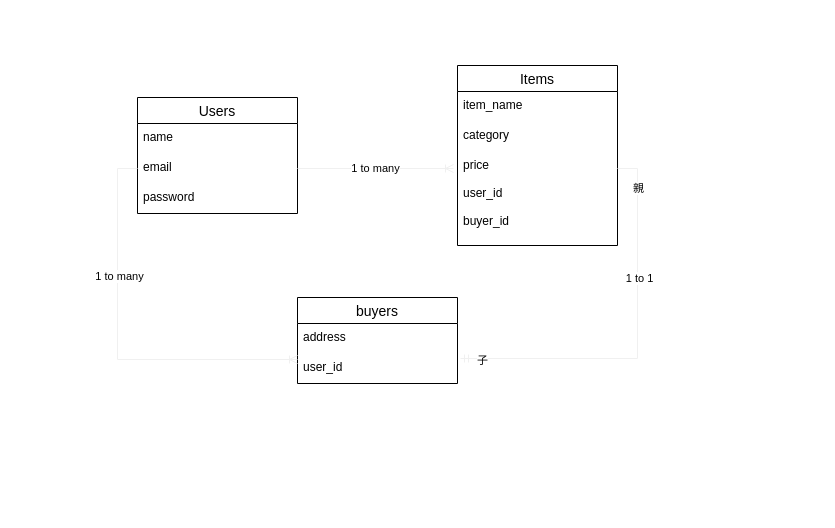
HAYASHI0884/furima-31115 keeps this draw.io diagram as furima.dio. Above is the earlier version. Source tidied: cells renumbered, new cells numbered last; positions are measured from the earlier drawing's top-left corner, leaving out a move shared by most shapes. Both pictures are drawn from the tidied source at 100%, with x=0, y=0 at pixel (137, 65).
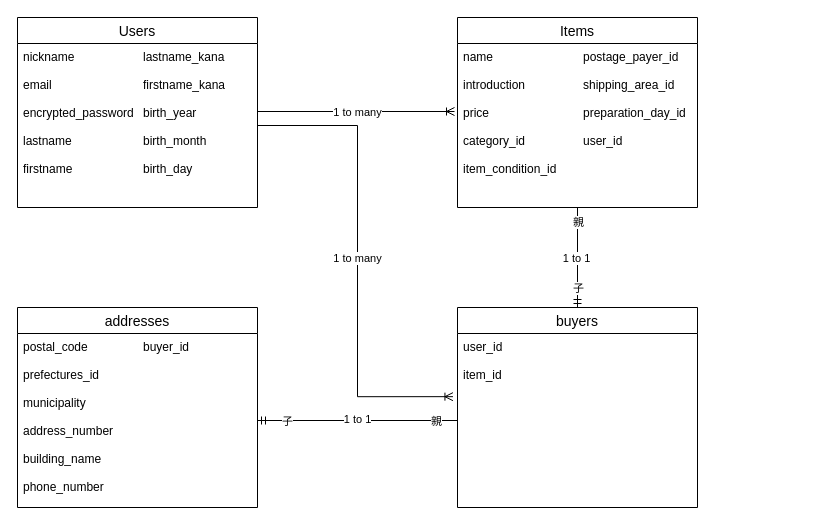
The same diagram, later.

Commit message (it also covers changes not shown here):
ER図の修正、READMEの修正

Diff of the diagram source:
```diff
@@
-    <mxCell id="2" value="buyers" style="swimlane;fontStyle=0;horizontal=1;startSize=26;align=center;fontSize=14;" parent="1" vertex="1">
-      <mxGeometry x="160" y="232" width="160" height="86" as="geometry" />
-    </mxCell>
-    <mxCell id="3" value="address" style="text;strokeColor=none;fillColor=none;spacingLeft=4;spacingRight=4;overflow=hidden;fontSize=12;" parent="2" vertex="1">
-      <mxGeometry y="26" width="160" height="30" as="geometry" />
-    </mxCell>
-    <mxCell id="4" value="user_id" style="text;strokeColor=none;fillColor=none;spacingLeft=4;spacingRight=4;overflow=hidden;points=[[0,0.5],[1,0.5]];portConstraint=eastwest;fontSize=12;" parent="2" vertex="1">
-      <mxGeometry y="56" width="160" height="30" as="geometry" />
-    </mxCell>
+    <mxCell id="9" style="edgeStyle=orthogonalEdgeStyle;rounded=0;jettySize=auto;html=1;exitX=1;exitY=0.5;exitDx=0;exitDy=0;entryX=0;entryY=0.5;entryDx=0;entryDy=0;strokeColor=none;" parent="1" edge="1" source="7">
+      <mxGeometry relative="1" as="geometry">
+        <mxPoint x="320" y="23" as="targetPoint" />
+      </mxGeometry>
+    </mxCell>
+    <mxCell id="21" style="edgeStyle=orthogonalEdgeStyle;rounded=0;jettySize=auto;html=1;exitX=1;exitY=0.421;exitDx=0;exitDy=0;exitPerimeter=0;endArrow=ERoneToMany;endFill=0;" parent="1" edge="1" source="7">
+      <mxGeometry relative="1" as="geometry">
+        <mxPoint x="317" y="46" as="targetPoint" />
+        <Array as="points">
+          <mxPoint x="120" y="46" />
+        </Array>
+      </mxGeometry>
+    </mxCell>
+    <mxCell id="11" value="1 to many" style="edgeLabel;html=1;align=center;verticalAlign=middle;" parent="21" vertex="1">
+      <mxGeometry x="0.02" relative="1" as="geometry" />
+    </mxCell>
-    <mxCell id="5" value="Users" style="swimlane;fontStyle=0;horizontal=1;startSize=26;align=center;fontSize=14;" parent="1" vertex="1">
-      <mxGeometry y="32" width="160" height="116" as="geometry" />
+    <mxCell id="5" value="Users" style="swimlane;fontStyle=0;horizontal=1;startSize=26;align=center;fontSize=14;direction=east;" parent="1" vertex="1">
+      <mxGeometry x="-120" y="-48" width="240" height="190" as="geometry" />
     </mxCell>
-    <mxCell id="6" value="name" style="text;strokeColor=none;fillColor=none;spacingLeft=4;spacingRight=4;overflow=hidden;fontSize=12;" parent="5" vertex="1">
-      <mxGeometry y="26" width="160" height="30" as="geometry" />
+    <mxCell id="6" value="nickname&#10;&#10;email&#10;&#10;encrypted_password&#10;&#10;lastname&#10;&#10;firstname&#10;&#10;&#10;&#10;&#10;" style="text;strokeColor=none;fillColor=none;spacingLeft=4;spacingRight=4;overflow=hidden;fontSize=12;" parent="5" vertex="1">
+      <mxGeometry y="26" width="240" height="164" as="geometry" />
     </mxCell>
+    <mxCell id="16" value="1 to many" style="edgeStyle=orthogonalEdgeStyle;rounded=0;jettySize=auto;html=1;exitX=1;exitY=0.5;exitDx=0;exitDy=0;entryX=-0.019;entryY=0.363;entryDx=0;entryDy=0;endArrow=ERoneToMany;endFill=0;entryPerimeter=0;" parent="1" edge="1" source="7" target="29">
+      <mxGeometry relative="1" as="geometry" />
+    </mxCell>
-    <mxCell id="7" value="email" style="text;strokeColor=none;fillColor=none;spacingLeft=4;spacingRight=4;overflow=hidden;points=[[0,0.5],[1,0.5]];portConstraint=eastwest;fontSize=12;" parent="5" vertex="1">
-      <mxGeometry y="56" width="160" height="30" as="geometry" />
+    <mxCell id="7" value="lastname_kana&#10;&#10;firstname_kana&#10;&#10;birth_year&#10;&#10;birth_month&#10;&#10;birth_day" style="text;strokeColor=none;fillColor=none;spacingLeft=4;spacingRight=4;overflow=hidden;points=[[0,0.5],[1,0.5]];portConstraint=eastwest;fontSize=12;" parent="1" vertex="1">
+      <mxGeometry y="-22" width="120" height="164" as="geometry" />
     </mxCell>
-    <mxCell id="8" value="password" style="text;strokeColor=none;fillColor=none;spacingLeft=4;spacingRight=4;overflow=hidden;fontSize=12;" parent="5" vertex="1">
-      <mxGeometry y="86" width="160" height="30" as="geometry" />
-    </mxCell>
-    <mxCell id="9" style="edgeStyle=orthogonalEdgeStyle;rounded=0;jettySize=auto;html=1;exitX=1;exitY=0.5;exitDx=0;exitDy=0;entryX=0;entryY=0.5;entryDx=0;entryDy=0;strokeColor=none;" parent="1" edge="1" source="7" target="14">
-      <mxGeometry relative="1" as="geometry" />
-    </mxCell>
-    <mxCell id="10" style="edgeStyle=orthogonalEdgeStyle;rounded=0;jettySize=auto;html=1;exitX=0;exitY=0.5;exitDx=0;exitDy=0;entryX=0;entryY=0.2;entryDx=0;entryDy=0;entryPerimeter=0;strokeColor=#F0F0F0;endArrow=ERoneToMany;endFill=0;" parent="1" edge="1" source="7" target="4">
-      <mxGeometry relative="1" as="geometry" />
-    </mxCell>
-    <mxCell id="11" value="1 to many" style="edgeLabel;html=1;align=center;verticalAlign=middle;" parent="10" vertex="1">
-      <mxGeometry x="-0.35" y="1" relative="1" as="geometry" />
-    </mxCell>
+    <mxCell id="22" style="edgeStyle=orthogonalEdgeStyle;rounded=0;jettySize=auto;html=1;endArrow=ERmandOne;endFill=0;entryX=0.5;entryY=0;entryDx=0;entryDy=0;" parent="1" edge="1" source="12" target="2">
+      <mxGeometry relative="1" as="geometry" />
+    </mxCell>
+    <mxCell id="23" value="1 to 1" style="edgeLabel;html=1;align=center;verticalAlign=middle;" parent="22" vertex="1">
+      <mxGeometry y="-2" relative="1" as="geometry" />
+    </mxCell>
+    <mxCell id="24" value="親" style="edgeLabel;html=1;align=center;verticalAlign=middle;" parent="22" vertex="1">
+      <mxGeometry x="-0.72" relative="1" as="geometry" />
+    </mxCell>
+    <mxCell id="25" value="子" style="edgeLabel;html=1;align=center;verticalAlign=middle;" parent="22" vertex="1">
+      <mxGeometry x="0.66" relative="1" as="geometry">
+        <mxPoint y="-3" as="offset" />
+      </mxGeometry>
+    </mxCell>
     <mxCell id="12" value="Items" style="swimlane;fontStyle=0;horizontal=1;startSize=26;align=center;fontSize=14;" parent="1" vertex="1">
-      <mxGeometry x="320" width="160" height="180" as="geometry" />
+      <mxGeometry x="320" y="-48" width="240" height="190" as="geometry" />
     </mxCell>
+    <mxCell id="26" value="name&#10;&#10;introduction&#10;&#10;price&#10;&#10;category_id&#10;&#10;item_condition_id" style="text;strokeColor=none;fillColor=none;spacingLeft=4;spacingRight=4;overflow=hidden;fontSize=12;" parent="12" vertex="1">
+      <mxGeometry y="26" width="240" height="164" as="geometry" />
+    </mxCell>
-    <mxCell id="13" value="item_name" style="text;strokeColor=none;fillColor=none;spacingLeft=4;spacingRight=4;overflow=hidden;fontSize=12;" parent="12" vertex="1">
-      <mxGeometry y="26" width="160" height="30" as="geometry" />
+    <mxCell id="13" value="postage_payer_id&#10;&#10;shipping_area_id&#10;&#10;preparation_day_id&#10;&#10;user_id&#10;" style="text;strokeColor=none;fillColor=none;spacingLeft=4;spacingRight=4;overflow=hidden;fontSize=12;" parent="1" vertex="1">
+      <mxGeometry x="440" y="-22" width="240" height="164" as="geometry" />
     </mxCell>
-    <mxCell id="14" value="category" style="text;strokeColor=none;fillColor=none;spacingLeft=4;spacingRight=4;overflow=hidden;points=[[0,0.5],[1,0.5]];portConstraint=eastwest;fontSize=12;" parent="12" vertex="1">
-      <mxGeometry y="56" width="160" height="30" as="geometry" />
-    </mxCell>
-    <mxCell id="15" value="price&#10;&#10;user_id&#10;&#10;buyer_id" style="text;strokeColor=none;fillColor=none;spacingLeft=4;spacingRight=4;overflow=hidden;points=[[0,0.5],[1,0.5]];portConstraint=eastwest;fontSize=12;" parent="12" vertex="1">
-      <mxGeometry y="86" width="160" height="94" as="geometry" />
-    </mxCell>
-    <mxCell id="16" value="1 to many" style="edgeStyle=orthogonalEdgeStyle;rounded=0;jettySize=auto;html=1;exitX=1;exitY=0.5;exitDx=0;exitDy=0;entryX=-0.025;entryY=0.181;entryDx=0;entryDy=0;entryPerimeter=0;strokeColor=#F0F0F0;endArrow=ERoneToMany;endFill=0;" parent="1" edge="1" source="7" target="15">
-      <mxGeometry relative="1" as="geometry" />
-    </mxCell>
-    <mxCell id="17" style="edgeStyle=orthogonalEdgeStyle;rounded=0;jettySize=auto;html=1;exitX=1;exitY=0.181;exitDx=0;exitDy=0;entryX=1.019;entryY=0.167;entryDx=0;entryDy=0;entryPerimeter=0;strokeColor=#F0F0F0;exitPerimeter=0;endArrow=ERmandOne;endFill=0;" parent="1" edge="1" source="15" target="4">
-      <mxGeometry relative="1" as="geometry" />
-    </mxCell>
-    <mxCell id="18" value="1 to 1" style="edgeLabel;html=1;align=center;verticalAlign=middle;" parent="17" vertex="1">
-      <mxGeometry x="-0.33" y="1" relative="1" as="geometry" />
-    </mxCell>
-    <mxCell id="19" value="親" style="edgeLabel;html=1;align=center;verticalAlign=middle;" parent="17" vertex="1">
-      <mxGeometry x="-0.94" y="-2" relative="1" as="geometry">
-        <mxPoint x="8" y="17" as="offset" />
-      </mxGeometry>
-    </mxCell>
-    <mxCell id="20" value="子" style="edgeLabel;html=1;align=center;verticalAlign=middle;" parent="17" vertex="1">
-      <mxGeometry x="0.89" y="1" relative="1" as="geometry" />
-    </mxCell>
+    <mxCell id="27" value="addresses" style="swimlane;fontStyle=0;horizontal=1;startSize=26;align=center;fontSize=14;" parent="1" vertex="1">
+      <mxGeometry x="-120" y="242" width="240" height="200" as="geometry" />
+    </mxCell>
+    <mxCell id="28" value="postal_code&#10;&#10;prefectures_id&#10;&#10;municipality&#10;&#10;address_number&#10;&#10;building_name&#10;&#10;phone_number" style="text;strokeColor=none;fillColor=none;spacingLeft=4;spacingRight=4;overflow=hidden;points=[[0,0.5],[1,0.5]];portConstraint=eastwest;fontSize=12;" parent="27" vertex="1">
+      <mxGeometry y="26" width="240" height="174" as="geometry" />
+    </mxCell>
+    <mxCell id="2" value="buyers" style="swimlane;fontStyle=0;horizontal=1;startSize=26;align=center;fontSize=14;" parent="1" vertex="1">
+      <mxGeometry x="320" y="242" width="240" height="200" as="geometry" />
+    </mxCell>
+    <mxCell id="29" value="user_id&#10;&#10;item_id&#10;" style="text;strokeColor=none;fillColor=none;spacingLeft=4;spacingRight=4;overflow=hidden;points=[[0,0.5],[1,0.5]];portConstraint=eastwest;fontSize=12;" parent="2" vertex="1">
+      <mxGeometry y="26" width="240" height="174" as="geometry" />
+    </mxCell>
+    <mxCell id="30" style="edgeStyle=orthogonalEdgeStyle;rounded=0;jettySize=auto;html=1;exitX=0;exitY=0.5;exitDx=0;exitDy=0;entryX=1;entryY=0.5;entryDx=0;entryDy=0;endArrow=ERmandOne;endFill=0;" parent="1" edge="1" source="29" target="28">
+      <mxGeometry relative="1" as="geometry" />
+    </mxCell>
+    <mxCell id="31" value="1 to 1" style="edgeLabel;html=1;align=center;verticalAlign=middle;" parent="30" vertex="1">
+      <mxGeometry x="0.01" y="-2" relative="1" as="geometry" />
+    </mxCell>
+    <mxCell id="32" value="親" style="edgeLabel;html=1;align=center;verticalAlign=middle;" parent="30" vertex="1">
+      <mxGeometry x="-0.78" relative="1" as="geometry" />
+    </mxCell>
+    <mxCell id="33" value="子" style="edgeLabel;html=1;align=center;verticalAlign=middle;" parent="30" vertex="1">
+      <mxGeometry x="0.71" relative="1" as="geometry" />
+    </mxCell>
+    <mxCell id="34" value="buyer_id" style="text;strokeColor=none;fillColor=none;spacingLeft=4;spacingRight=4;overflow=hidden;fontSize=12;" parent="1" vertex="1">
+      <mxGeometry y="268" width="240" height="174" as="geometry" />
+    </mxCell>
```
